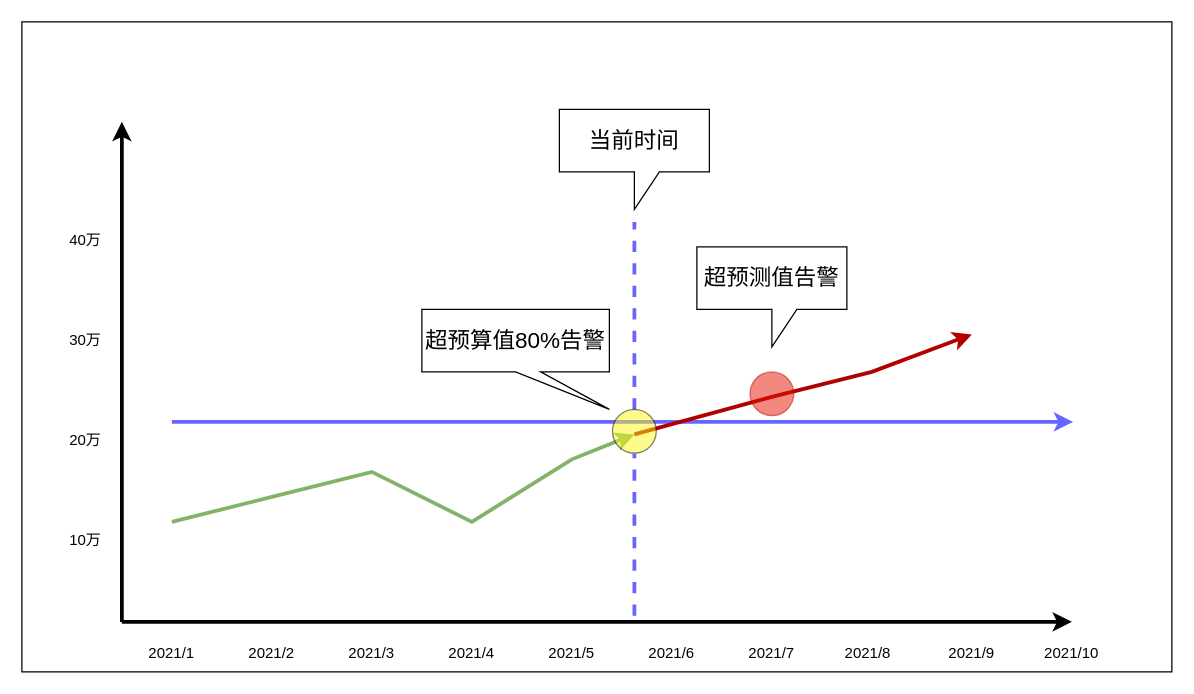
This is AWS Budget.drawio from linjianxing/diagrams, a draw.io file, before an edit. Source tidied: cells renumbered, new cells numbered last; positions are measured from the earlier drawing's top-left corner, leaving out a move shared by most shapes. Both pictures are drawn from the tidied source at 125%, with x=0, y=0 at pixel (21, 21).
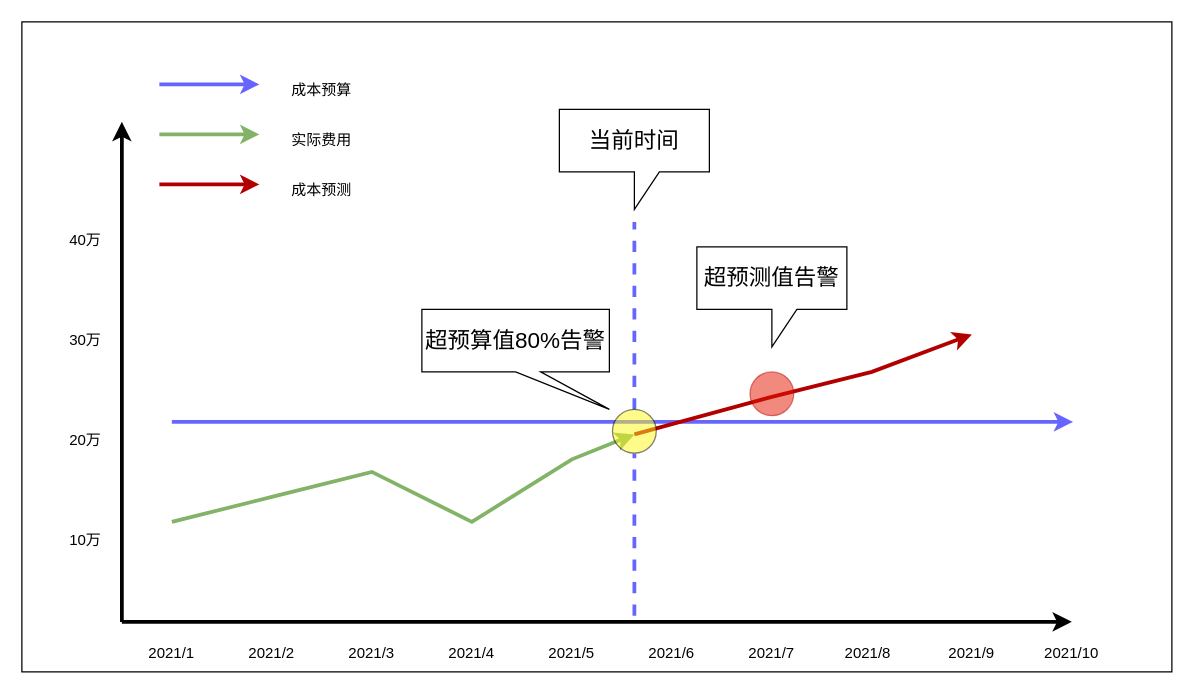
The same page after the edit.

Change to the diagram source:
```diff
@@
+    <mxCell id="29" style="endArrow=classic;html=1;rounded=0;strokeWidth=3;strokeColor=#82b366;fillColor=#d5e8d4;" parent="1" edge="1">
+      <mxGeometry relative="1" as="geometry">
+        <mxPoint x="110" y="90" as="sourcePoint" />
+        <mxPoint x="190" y="90" as="targetPoint" />
+      </mxGeometry>
+    </mxCell>
+    <mxCell id="30" style="endArrow=classic;html=1;rounded=0;strokeWidth=3;strokeColor=#B20000;fillColor=#e51400;" parent="1" edge="1">
+      <mxGeometry relative="1" as="geometry">
+        <mxPoint x="110" y="130" as="sourcePoint" />
+        <mxPoint x="190" y="130" as="targetPoint" />
+      </mxGeometry>
+    </mxCell>
+    <mxCell id="31" style="endArrow=classic;html=1;rounded=0;strokeWidth=3;strokeColor=#6666FF;" parent="1" edge="1">
+      <mxGeometry relative="1" as="geometry">
+        <mxPoint x="110" y="50" as="sourcePoint" />
+        <mxPoint x="190" y="50" as="targetPoint" />
+      </mxGeometry>
+    </mxCell>
+    <mxCell id="32" value="成本预算" style="text;html=1;strokeColor=none;fillColor=none;align=center;verticalAlign=middle;whiteSpace=wrap;rounded=0;" parent="1" vertex="1">
+      <mxGeometry x="210" y="40" width="60" height="30" as="geometry" />
+    </mxCell>
+    <mxCell id="33" value="实际费用" style="text;html=1;strokeColor=none;fillColor=none;align=center;verticalAlign=middle;whiteSpace=wrap;rounded=0;" parent="1" vertex="1">
+      <mxGeometry x="210" y="80" width="60" height="30" as="geometry" />
+    </mxCell>
+    <mxCell id="34" value="成本预测" style="text;html=1;strokeColor=none;fillColor=none;align=center;verticalAlign=middle;whiteSpace=wrap;rounded=0;" parent="1" vertex="1">
+      <mxGeometry x="210" y="120" width="60" height="30" as="geometry" />
+    </mxCell>
```
